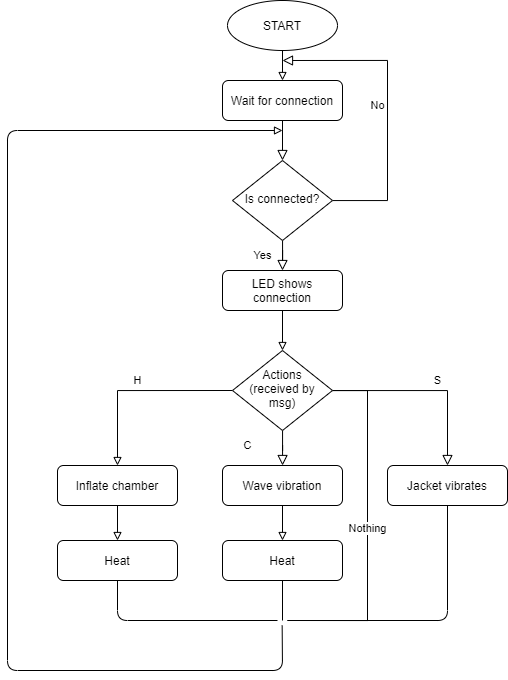
This is Documentation/Flowchart/Flowchart_Jacket.png from AlessandroBarbiero/P-Hug, a draw.io export, as it was before one commit. Source tidied: cells renumbered, new cells last; positions are measured from the earlier drawing's top-left corner, leaving out a move shared by most shapes.
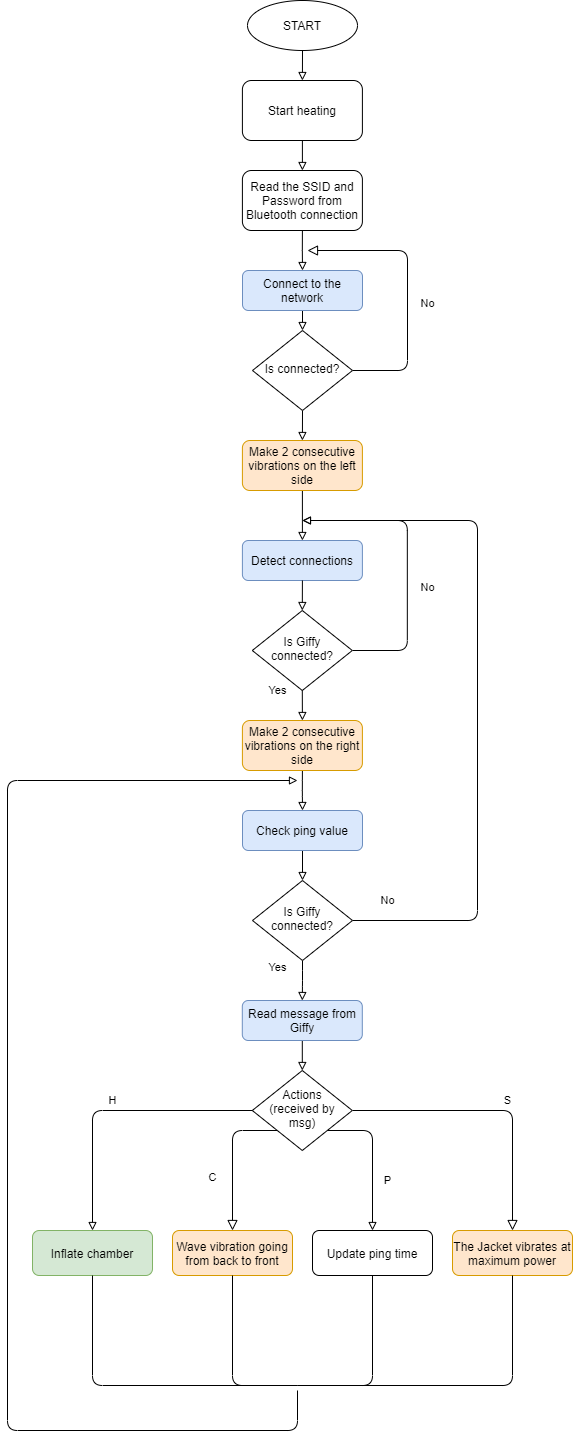
After the commit.

What changed in the source:
```diff
@@ -2,110 +2,181 @@
   <root>
     <mxCell id="0" />
     <mxCell id="1" parent="0" />
-    <mxCell id="2" style="rounded=0;html=1;jettySize=auto;fontSize=11;endArrow=block;endFill=0;endSize=8;strokeWidth=1;shadow=0;labelBackgroundColor=none;edgeStyle=orthogonalEdgeStyle;" parent="1" edge="1" source="3" target="6">
-      <mxGeometry relative="1" as="geometry" />
-    </mxCell>
-    <mxCell id="3" value="Wait for connection" style="rounded=1;whiteSpace=wrap;html=1;fontSize=12;glass=0;strokeWidth=1;shadow=0;" parent="1" vertex="1">
-      <mxGeometry x="215" y="80" width="120" height="40" as="geometry" />
-    </mxCell>
-    <mxCell id="4" value="Yes" style="rounded=0;html=1;jettySize=auto;fontSize=11;endArrow=block;endFill=0;endSize=8;strokeWidth=1;shadow=0;labelBackgroundColor=none;edgeStyle=orthogonalEdgeStyle;entryX=0.5;entryY=0;entryDx=0;entryDy=0;" parent="1" edge="1" source="6" target="18">
-      <mxGeometry y="20" relative="1" as="geometry" />
-    </mxCell>
-    <mxCell id="5" value="No" style="edgeStyle=orthogonalEdgeStyle;rounded=0;html=1;jettySize=auto;fontSize=11;endArrow=block;endFill=0;endSize=8;strokeWidth=1;shadow=0;labelBackgroundColor=none;" parent="1" edge="1" source="6">
-      <mxGeometry y="10" relative="1" as="geometry">
-        <mxPoint x="275" y="60" as="targetPoint" />
-        <Array as="points">
-          <mxPoint x="380" y="200" />
-        </Array>
-      </mxGeometry>
-    </mxCell>
-    <mxCell id="6" value="Is connected?" style="rhombus;whiteSpace=wrap;html=1;shadow=0;fontFamily=Helvetica;fontSize=12;align=center;strokeWidth=1;spacing=6;spacingTop=-4;" parent="1" vertex="1">
-      <mxGeometry x="225" y="160" width="100" height="80" as="geometry" />
-    </mxCell>
-    <mxCell id="7" value="C" style="rounded=0;html=1;jettySize=auto;fontSize=11;endArrow=block;endFill=0;endSize=8;strokeWidth=1;shadow=0;labelBackgroundColor=none;edgeStyle=orthogonalEdgeStyle;" parent="1" edge="1" source="11" target="13">
-      <mxGeometry x="0.11" y="-35" relative="1" as="geometry" />
+    <mxCell id="7" value="C" style="rounded=1;html=1;jettySize=auto;fontSize=11;endArrow=block;endFill=0;endSize=8;strokeWidth=1;shadow=0;labelBackgroundColor=none;edgeStyle=orthogonalEdgeStyle;exitX=0;exitY=1;exitDx=0;exitDy=0;entryX=0.5;entryY=0;entryDx=0;entryDy=0;" parent="1" edge="1" source="11" target="13">
+      <mxGeometry x="0.26" y="-20" relative="1" as="geometry">
+        <Array as="points">
+          <mxPoint x="205" y="680" />
+        </Array>
+      </mxGeometry>
     </mxCell>
-    <mxCell id="8" value="S" style="edgeStyle=orthogonalEdgeStyle;rounded=0;html=1;jettySize=auto;fontSize=11;endArrow=block;endFill=0;endSize=8;strokeWidth=1;shadow=0;labelBackgroundColor=none;" parent="1" edge="1" source="11" target="14">
+    <mxCell id="8" value="S" style="edgeStyle=orthogonalEdgeStyle;rounded=1;html=1;jettySize=auto;fontSize=11;endArrow=block;endFill=0;endSize=8;strokeWidth=1;shadow=0;labelBackgroundColor=none;" parent="1" edge="1" source="11" target="14">
       <mxGeometry x="0.11" y="10" relative="1" as="geometry" />
     </mxCell>
-    <mxCell id="9" value="H" style="edgeStyle=orthogonalEdgeStyle;rounded=0;jettySize=auto;html=1;exitX=0;exitY=0.5;exitDx=0;exitDy=0;endArrow=block;endFill=0;" parent="1" edge="1" source="11" target="20">
+    <mxCell id="9" value="H" style="edgeStyle=orthogonalEdgeStyle;rounded=1;jettySize=auto;html=1;exitX=0;exitY=0.5;exitDx=0;exitDy=0;endArrow=block;endFill=0;" parent="1" edge="1" source="11" target="20">
       <mxGeometry y="-10" relative="1" as="geometry" />
     </mxCell>
-    <mxCell id="10" value="Nothing" style="edgeStyle=orthogonalEdgeStyle;rounded=0;jettySize=auto;html=1;startArrow=none;startFill=0;endArrow=none;endFill=0;" parent="1" edge="1" source="11">
-      <mxGeometry relative="1" as="geometry">
-        <mxPoint x="280" y="620" as="targetPoint" />
+    <mxCell id="10" value="P" style="edgeStyle=orthogonalEdgeStyle;rounded=1;jettySize=auto;html=1;startArrow=none;startFill=0;endArrow=block;endFill=0;exitX=1;exitY=1;exitDx=0;exitDy=0;entryX=0.5;entryY=0;entryDx=0;entryDy=0;" parent="1" edge="1" source="11" target="47">
+      <mxGeometry x="0.31" y="15" relative="1" as="geometry">
         <Array as="points">
-          <mxPoint x="360" y="390" />
+          <mxPoint x="345" y="680" />
         </Array>
       </mxGeometry>
     </mxCell>
     <mxCell id="11" value="Actions (received by msg)" style="rhombus;whiteSpace=wrap;html=1;shadow=0;fontFamily=Helvetica;fontSize=12;align=center;strokeWidth=1;spacing=6;spacingTop=-4;" parent="1" vertex="1">
-      <mxGeometry x="225" y="350" width="100" height="80" as="geometry" />
+      <mxGeometry x="224.8" y="620" width="100" height="80" as="geometry" />
     </mxCell>
-    <mxCell id="12" style="edgeStyle=orthogonalEdgeStyle;rounded=0;jettySize=auto;html=1;exitX=0.5;exitY=1;exitDx=0;exitDy=0;entryX=0.5;entryY=0;entryDx=0;entryDy=0;endArrow=block;endFill=0;" parent="1" edge="1" source="13" target="22">
-      <mxGeometry relative="1" as="geometry" />
-    </mxCell>
-    <mxCell id="13" value="Wave vibration" style="rounded=1;whiteSpace=wrap;html=1;fontSize=12;glass=0;strokeWidth=1;shadow=0;" parent="1" vertex="1">
-      <mxGeometry x="215" y="465" width="120" height="40" as="geometry" />
+    <mxCell id="13" value="Wave vibration going from back to front" style="rounded=1;whiteSpace=wrap;html=1;fontSize=12;glass=0;strokeWidth=1;shadow=0;fillColor=#ffe6cc;strokeColor=#d79b00;" parent="1" vertex="1">
+      <mxGeometry x="145" y="780" width="120" height="45" as="geometry" />
     </mxCell>
-    <mxCell id="14" value="Jacket vibrates" style="rounded=1;whiteSpace=wrap;html=1;fontSize=12;glass=0;strokeWidth=1;shadow=0;" parent="1" vertex="1">
-      <mxGeometry x="380" y="465" width="120" height="40" as="geometry" />
+    <mxCell id="14" value="The Jacket vibrates at maximum power" style="rounded=1;whiteSpace=wrap;html=1;fontSize=12;glass=0;strokeWidth=1;shadow=0;fillColor=#ffe6cc;strokeColor=#d79b00;" parent="1" vertex="1">
+      <mxGeometry x="425" y="780" width="120" height="45" as="geometry" />
     </mxCell>
-    <mxCell id="15" style="edgeStyle=orthogonalEdgeStyle;rounded=0;jettySize=auto;html=1;exitX=0.5;exitY=1;exitDx=0;exitDy=0;entryX=0.5;entryY=0;entryDx=0;entryDy=0;endArrow=block;endFill=0;" parent="1" edge="1" source="16" target="3">
-      <mxGeometry relative="1" as="geometry" />
-    </mxCell>
+    <mxCell id="27" style="edgeStyle=orthogonalEdgeStyle;rounded=0;jettySize=auto;html=1;exitX=0.5;exitY=1;exitDx=0;exitDy=0;entryX=0.5;entryY=0;entryDx=0;entryDy=0;endArrow=block;endFill=0;" parent="1" edge="1" source="16" target="46">
+      <mxGeometry relative="1" as="geometry" />
+    </mxCell>
     <mxCell id="16" value="START" style="ellipse;whiteSpace=wrap;html=1;" parent="1" vertex="1">
-      <mxGeometry x="220" width="110" height="50" as="geometry" />
+      <mxGeometry x="220" y="-450" width="110" height="50" as="geometry" />
     </mxCell>
-    <mxCell id="17" style="edgeStyle=orthogonalEdgeStyle;rounded=0;jettySize=auto;html=1;exitX=0.5;exitY=1;exitDx=0;exitDy=0;entryX=0.5;entryY=0;entryDx=0;entryDy=0;endArrow=block;endFill=0;" parent="1" edge="1" source="18" target="11">
-      <mxGeometry relative="1" as="geometry" />
-    </mxCell>
-    <mxCell id="18" value="LED shows connection" style="rounded=1;whiteSpace=wrap;html=1;fontSize=12;glass=0;strokeWidth=1;shadow=0;" parent="1" vertex="1">
-      <mxGeometry x="215" y="270" width="120" height="40" as="geometry" />
-    </mxCell>
-    <mxCell id="19" style="edgeStyle=orthogonalEdgeStyle;rounded=0;jettySize=auto;html=1;entryX=0.5;entryY=0;entryDx=0;entryDy=0;endArrow=block;endFill=0;" parent="1" edge="1" source="20" target="21">
-      <mxGeometry relative="1" as="geometry" />
-    </mxCell>
-    <mxCell id="20" value="Inflate chamber" style="rounded=1;whiteSpace=wrap;html=1;fontSize=12;glass=0;strokeWidth=1;shadow=0;" parent="1" vertex="1">
-      <mxGeometry x="50" y="465" width="120" height="40" as="geometry" />
+    <mxCell id="20" value="Inflate chamber" style="rounded=1;whiteSpace=wrap;html=1;fontSize=12;glass=0;strokeWidth=1;shadow=0;fillColor=#d5e8d4;strokeColor=#82b366;" parent="1" vertex="1">
+      <mxGeometry x="5" y="780" width="120" height="45" as="geometry" />
     </mxCell>
-    <mxCell id="21" value="Heat" style="rounded=1;whiteSpace=wrap;html=1;fontSize=12;glass=0;strokeWidth=1;shadow=0;" parent="1" vertex="1">
-      <mxGeometry x="50" y="540" width="120" height="40" as="geometry" />
-    </mxCell>
-    <mxCell id="22" value="Heat" style="rounded=1;whiteSpace=wrap;html=1;fontSize=12;glass=0;strokeWidth=1;shadow=0;" parent="1" vertex="1">
-      <mxGeometry x="215" y="540" width="120" height="40" as="geometry" />
-    </mxCell>
-    <mxCell id="23" style="endArrow=none;html=1;entryX=0.5;entryY=1;entryDx=0;entryDy=0;" parent="1" edge="1" target="21">
+    <mxCell id="23" style="endArrow=none;html=1;entryX=0.5;entryY=1;entryDx=0;entryDy=0;" parent="1" edge="1" target="20">
       <mxGeometry relative="1" as="geometry">
-        <mxPoint x="270" y="620" as="sourcePoint" />
+        <mxPoint x="270" y="935" as="sourcePoint" />
         <Array as="points">
-          <mxPoint x="110" y="620" />
+          <mxPoint x="65" y="935" />
         </Array>
       </mxGeometry>
     </mxCell>
-    <mxCell id="24" style="endArrow=none;html=1;entryX=0.5;entryY=1;entryDx=0;entryDy=0;" parent="1" edge="1" target="22">
+    <mxCell id="24" style="endArrow=none;html=1;entryX=0.5;entryY=1;entryDx=0;entryDy=0;" parent="1" edge="1" target="13">
       <mxGeometry relative="1" as="geometry">
-        <mxPoint x="275" y="620" as="sourcePoint" />
+        <mxPoint x="270" y="935" as="sourcePoint" />
+        <Array as="points">
+          <mxPoint x="205" y="935" />
+        </Array>
       </mxGeometry>
     </mxCell>
     <mxCell id="25" style="endArrow=none;html=1;entryX=0.5;entryY=1;entryDx=0;entryDy=0;" parent="1" edge="1" target="14">
       <mxGeometry relative="1" as="geometry">
-        <mxPoint x="280" y="620" as="sourcePoint" />
+        <mxPoint x="290" y="935" as="sourcePoint" />
         <Array as="points">
-          <mxPoint x="440" y="620" />
+          <mxPoint x="485" y="935" />
         </Array>
       </mxGeometry>
     </mxCell>
-    <mxCell id="26" style="endArrow=none;html=1;entryX=0.5;entryY=1;entryDx=0;entryDy=0;endFill=0;startArrow=block;startFill=0;" parent="1" edge="1">
-      <mxGeometry relative="1" as="geometry">
-        <mxPoint x="275" y="130" as="sourcePoint" />
-        <mxPoint x="274.7" y="625" as="targetPoint" />
-        <Array as="points">
-          <mxPoint y="130" />
-          <mxPoint y="670" />
-          <mxPoint x="275" y="670" />
-        </Array>
-      </mxGeometry>
-    </mxCell>
+    <mxCell id="28" value="No" style="edgeStyle=orthogonalEdgeStyle;rounded=1;html=1;jettySize=auto;fontSize=11;endArrow=block;endFill=0;endSize=8;strokeWidth=1;shadow=0;labelBackgroundColor=none;" parent="1" edge="1" source="6">
+      <mxGeometry x="-0.11" y="-20" relative="1" as="geometry">
+        <mxPoint x="280" y="-200" as="targetPoint" />
+        <Array as="points">
+          <mxPoint x="380" y="-80" />
+          <mxPoint x="380" y="-200" />
+        </Array>
+      </mxGeometry>
+    </mxCell>
+    <mxCell id="29" style="edgeStyle=orthogonalEdgeStyle;rounded=0;jettySize=auto;html=1;exitX=0.5;exitY=1;exitDx=0;exitDy=0;entryX=0.5;entryY=0;entryDx=0;entryDy=0;endArrow=block;endFill=0;" parent="1" edge="1" source="6" target="39">
+      <mxGeometry relative="1" as="geometry" />
+    </mxCell>
+    <mxCell id="6" value="Is connected?" style="rhombus;whiteSpace=wrap;html=1;shadow=0;fontFamily=Helvetica;fontSize=12;align=center;strokeWidth=1;spacing=6;spacingTop=-4;" parent="1" vertex="1">
+      <mxGeometry x="225" y="-120" width="100" height="80" as="geometry" />
+    </mxCell>
+    <mxCell id="30" style="edgeStyle=orthogonalEdgeStyle;rounded=0;jettySize=auto;html=1;exitX=0.5;exitY=1;exitDx=0;exitDy=0;entryX=0.5;entryY=0;entryDx=0;entryDy=0;endArrow=block;endFill=0;" parent="1" edge="1" source="31" target="6">
+      <mxGeometry relative="1" as="geometry" />
+    </mxCell>
+    <mxCell id="31" value="Connect to the network" style="rounded=1;whiteSpace=wrap;html=1;fontSize=12;glass=0;strokeWidth=1;shadow=0;fillColor=#dae8fc;strokeColor=#6c8ebf;" parent="1" vertex="1">
+      <mxGeometry x="215" y="-180" width="120" height="40" as="geometry" />
+    </mxCell>
+    <mxCell id="32" value="No" style="edgeStyle=orthogonalEdgeStyle;rounded=1;html=1;jettySize=auto;fontSize=11;endArrow=block;endFill=0;endSize=6;strokeWidth=1;shadow=0;labelBackgroundColor=none;jumpStyle=none;exitX=1;exitY=0.5;exitDx=0;exitDy=0;" parent="1" edge="1" source="33">
+      <mxGeometry x="-0.18" y="-20" relative="1" as="geometry">
+        <mxPoint x="274.9" y="70" as="targetPoint" />
+        <Array as="points">
+          <mxPoint x="379.9" y="200" />
+          <mxPoint x="379.9" y="70" />
+        </Array>
+      </mxGeometry>
+    </mxCell>
+    <mxCell id="33" value="Is Giffy connected?" style="rhombus;whiteSpace=wrap;html=1;shadow=0;fontFamily=Helvetica;fontSize=12;align=center;strokeWidth=1;spacing=6;spacingTop=-4;" parent="1" vertex="1">
+      <mxGeometry x="224.8" y="160" width="100" height="80" as="geometry" />
+    </mxCell>
+    <mxCell id="34" value="Detect connections" style="rounded=1;whiteSpace=wrap;html=1;fontSize=12;glass=0;strokeWidth=1;shadow=0;fillColor=#dae8fc;strokeColor=#6c8ebf;" parent="1" vertex="1">
+      <mxGeometry x="214.9" y="90" width="120" height="40" as="geometry" />
+    </mxCell>
+    <mxCell id="35" style="edgeStyle=orthogonalEdgeStyle;rounded=0;jettySize=auto;html=1;exitX=0.5;exitY=1;exitDx=0;exitDy=0;entryX=0.5;entryY=0;entryDx=0;entryDy=0;endArrow=block;endFill=0;" parent="1" edge="1" source="34" target="33">
+      <mxGeometry relative="1" as="geometry" />
+    </mxCell>
+    <mxCell id="36" style="edgeStyle=orthogonalEdgeStyle;rounded=0;jettySize=auto;html=1;exitX=0.5;exitY=1;exitDx=0;exitDy=0;entryX=0.5;entryY=0;entryDx=0;entryDy=0;endArrow=block;endFill=0;" parent="1" edge="1" source="37" target="31">
+      <mxGeometry relative="1" as="geometry" />
+    </mxCell>
+    <mxCell id="37" value="Read the SSID and Password from Bluetooth connection" style="rounded=1;whiteSpace=wrap;html=1;fontSize=12;glass=0;strokeWidth=1;shadow=0;" parent="1" vertex="1">
+      <mxGeometry x="214.9" y="-280" width="120" height="60" as="geometry" />
+    </mxCell>
+    <mxCell id="38" style="edgeStyle=orthogonalEdgeStyle;rounded=0;jettySize=auto;html=1;exitX=0.5;exitY=1;exitDx=0;exitDy=0;entryX=0.5;entryY=0;entryDx=0;entryDy=0;endArrow=block;endFill=0;" parent="1" edge="1" source="39" target="34">
+      <mxGeometry relative="1" as="geometry" />
+    </mxCell>
+    <mxCell id="39" value="Make 2 consecutive vibrations on the left side" style="rounded=1;whiteSpace=wrap;html=1;fontSize=12;glass=0;strokeWidth=1;shadow=0;fillColor=#ffe6cc;strokeColor=#d79b00;" parent="1" vertex="1">
+      <mxGeometry x="214.9" y="-10" width="120" height="50" as="geometry" />
+    </mxCell>
+    <mxCell id="40" style="edgeStyle=orthogonalEdgeStyle;rounded=1;jettySize=auto;html=1;exitX=0.5;exitY=1;exitDx=0;exitDy=0;entryX=0.5;entryY=0;entryDx=0;entryDy=0;endArrow=block;endFill=0;" parent="1" edge="1" source="41" target="51">
+      <mxGeometry relative="1" as="geometry" />
+    </mxCell>
+    <mxCell id="41" value="Make 2 consecutive vibrations on the right side" style="rounded=1;whiteSpace=wrap;html=1;fontSize=12;glass=0;strokeWidth=1;shadow=0;fillColor=#ffe6cc;strokeColor=#d79b00;" parent="1" vertex="1">
+      <mxGeometry x="214.9" y="270" width="120" height="50" as="geometry" />
+    </mxCell>
+    <mxCell id="42" value="Yes" style="edgeStyle=orthogonalEdgeStyle;rounded=0;jettySize=auto;html=1;exitX=0.5;exitY=1;exitDx=0;exitDy=0;entryX=0.5;entryY=0;entryDx=0;entryDy=0;endArrow=block;endFill=0;" parent="1" edge="1" source="33" target="41">
+      <mxGeometry x="-1" y="-25" relative="1" as="geometry" />
+    </mxCell>
+    <mxCell id="43" style="edgeStyle=orthogonalEdgeStyle;rounded=0;jettySize=auto;html=1;exitX=0.5;exitY=1;exitDx=0;exitDy=0;entryX=0.5;entryY=0;entryDx=0;entryDy=0;endArrow=block;endFill=0;" parent="1" edge="1" source="44" target="11">
+      <mxGeometry relative="1" as="geometry" />
+    </mxCell>
+    <mxCell id="44" value="Read message from Giffy" style="rounded=1;whiteSpace=wrap;html=1;fontSize=12;glass=0;strokeWidth=1;shadow=0;fillColor=#dae8fc;strokeColor=#6c8ebf;" parent="1" vertex="1">
+      <mxGeometry x="214.8" y="550" width="120" height="40" as="geometry" />
+    </mxCell>
+    <mxCell id="45" style="edgeStyle=orthogonalEdgeStyle;rounded=0;jettySize=auto;html=1;exitX=0.5;exitY=1;exitDx=0;exitDy=0;entryX=0.5;entryY=0;entryDx=0;entryDy=0;endArrow=block;endFill=0;" parent="1" edge="1" source="46" target="37">
+      <mxGeometry relative="1" as="geometry" />
+    </mxCell>
+    <mxCell id="46" value="Start heating" style="rounded=1;whiteSpace=wrap;html=1;fontSize=12;glass=0;strokeWidth=1;shadow=0;" parent="1" vertex="1">
+      <mxGeometry x="214.9" y="-370" width="120" height="60" as="geometry" />
+    </mxCell>
+    <mxCell id="47" value="Update ping time" style="rounded=1;whiteSpace=wrap;html=1;fontSize=12;glass=0;strokeWidth=1;shadow=0;" parent="1" vertex="1">
+      <mxGeometry x="285" y="780" width="120" height="45" as="geometry" />
+    </mxCell>
+    <mxCell id="48" style="endArrow=none;html=1;entryX=0.5;entryY=1;entryDx=0;entryDy=0;" parent="1" edge="1" target="47">
+      <mxGeometry relative="1" as="geometry">
+        <mxPoint x="270" y="935" as="sourcePoint" />
+        <Array as="points">
+          <mxPoint x="345" y="935" />
+        </Array>
+      </mxGeometry>
+    </mxCell>
+    <mxCell id="49" style="endArrow=block;html=1;endFill=0;rounded=1;" parent="1" edge="1">
+      <mxGeometry relative="1" as="geometry">
+        <mxPoint x="270" y="940" as="sourcePoint" />
+        <mxPoint x="270" y="330" as="targetPoint" />
+        <Array as="points">
+          <mxPoint x="270" y="980" />
+          <mxPoint x="-20" y="980" />
+          <mxPoint x="-20" y="330" />
+        </Array>
+      </mxGeometry>
+    </mxCell>
+    <mxCell id="50" style="edgeStyle=orthogonalEdgeStyle;rounded=1;jettySize=auto;html=1;exitX=0.5;exitY=1;exitDx=0;exitDy=0;entryX=0.5;entryY=0;entryDx=0;entryDy=0;endArrow=block;endFill=0;" parent="1" edge="1" source="51" target="54">
+      <mxGeometry relative="1" as="geometry" />
+    </mxCell>
+    <mxCell id="51" value="Check ping value" style="rounded=1;whiteSpace=wrap;html=1;fontSize=12;glass=0;strokeWidth=1;shadow=0;fillColor=#dae8fc;strokeColor=#6c8ebf;" parent="1" vertex="1">
+      <mxGeometry x="215" y="360" width="120" height="40" as="geometry" />
+    </mxCell>
+    <mxCell id="52" value="No" style="edgeStyle=orthogonalEdgeStyle;rounded=1;jettySize=auto;html=1;exitX=1;exitY=0.5;exitDx=0;exitDy=0;endArrow=block;endFill=0;" parent="1" edge="1" source="54">
+      <mxGeometry x="-0.9" y="20" relative="1" as="geometry">
+        <mxPoint x="275" y="70" as="targetPoint" />
+        <Array as="points">
+          <mxPoint x="450" y="470" />
+        </Array>
+      </mxGeometry>
+    </mxCell>
+    <mxCell id="53" value="Yes" style="edgeStyle=orthogonalEdgeStyle;rounded=1;jettySize=auto;html=1;exitX=0.5;exitY=1;exitDx=0;exitDy=0;entryX=0.5;entryY=0;entryDx=0;entryDy=0;endArrow=block;endFill=0;endSize=6;" parent="1" edge="1" source="54" target="44">
+      <mxGeometry x="-0.65" y="-25" relative="1" as="geometry" />
+    </mxCell>
+    <mxCell id="54" value="Is Giffy connected?" style="rhombus;whiteSpace=wrap;html=1;shadow=0;fontFamily=Helvetica;fontSize=12;align=center;strokeWidth=1;spacing=6;spacingTop=-4;" parent="1" vertex="1">
+      <mxGeometry x="225" y="430" width="100" height="80" as="geometry" />
+    </mxCell>
   </root>
 </mxGraphModel>
```
